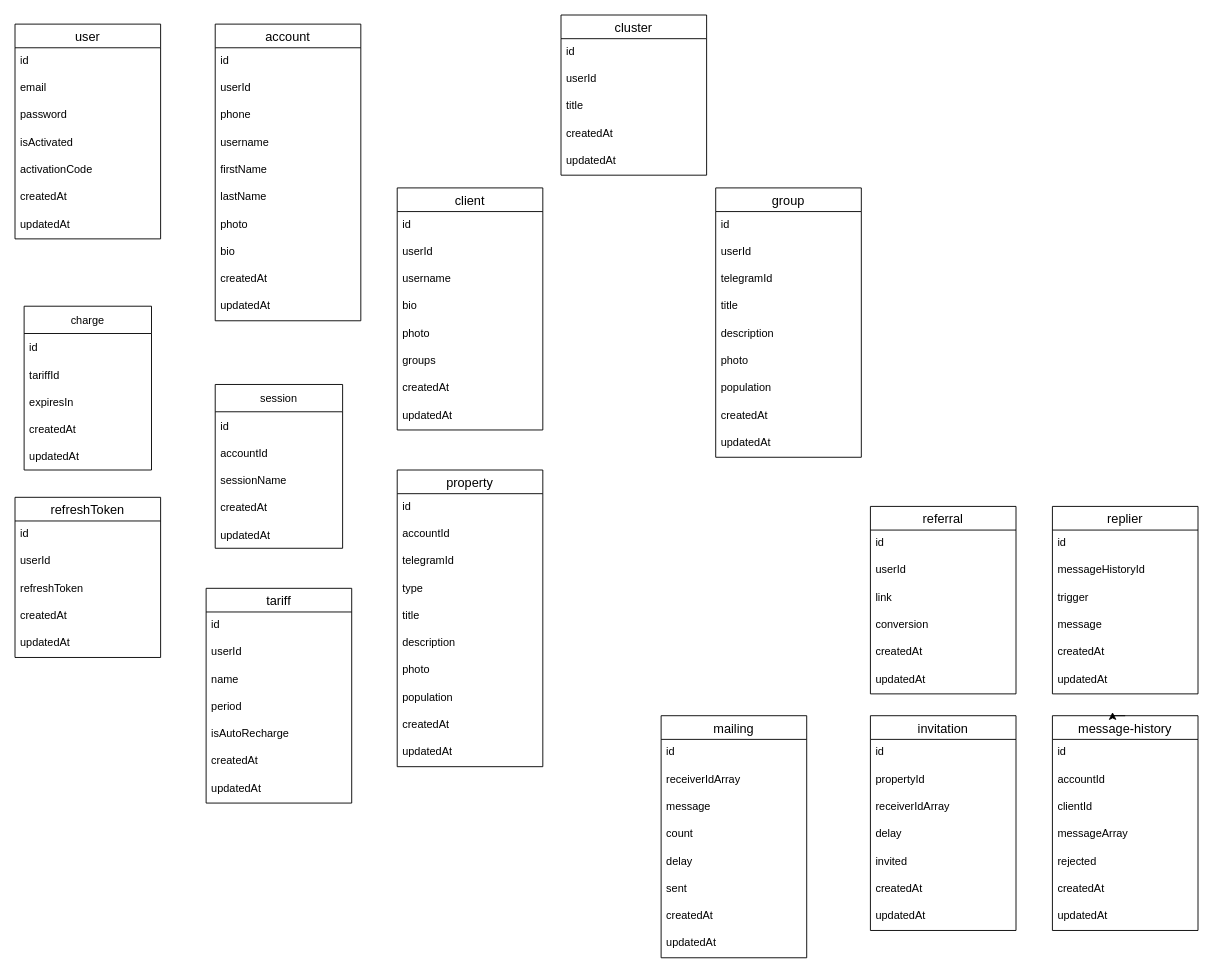
Nick-Fed-Al-dev/telepanel keeps this draw.io diagram as schema.drawio. Above is the earlier version. Source tidied: cells renumbered, new cells numbered last; positions are measured from the earlier drawing's top-left corner, leaving out a move shared by most shapes. Both pictures are drawn from the tidied source at 91%, with x=0, y=0 at pixel (15, 15).
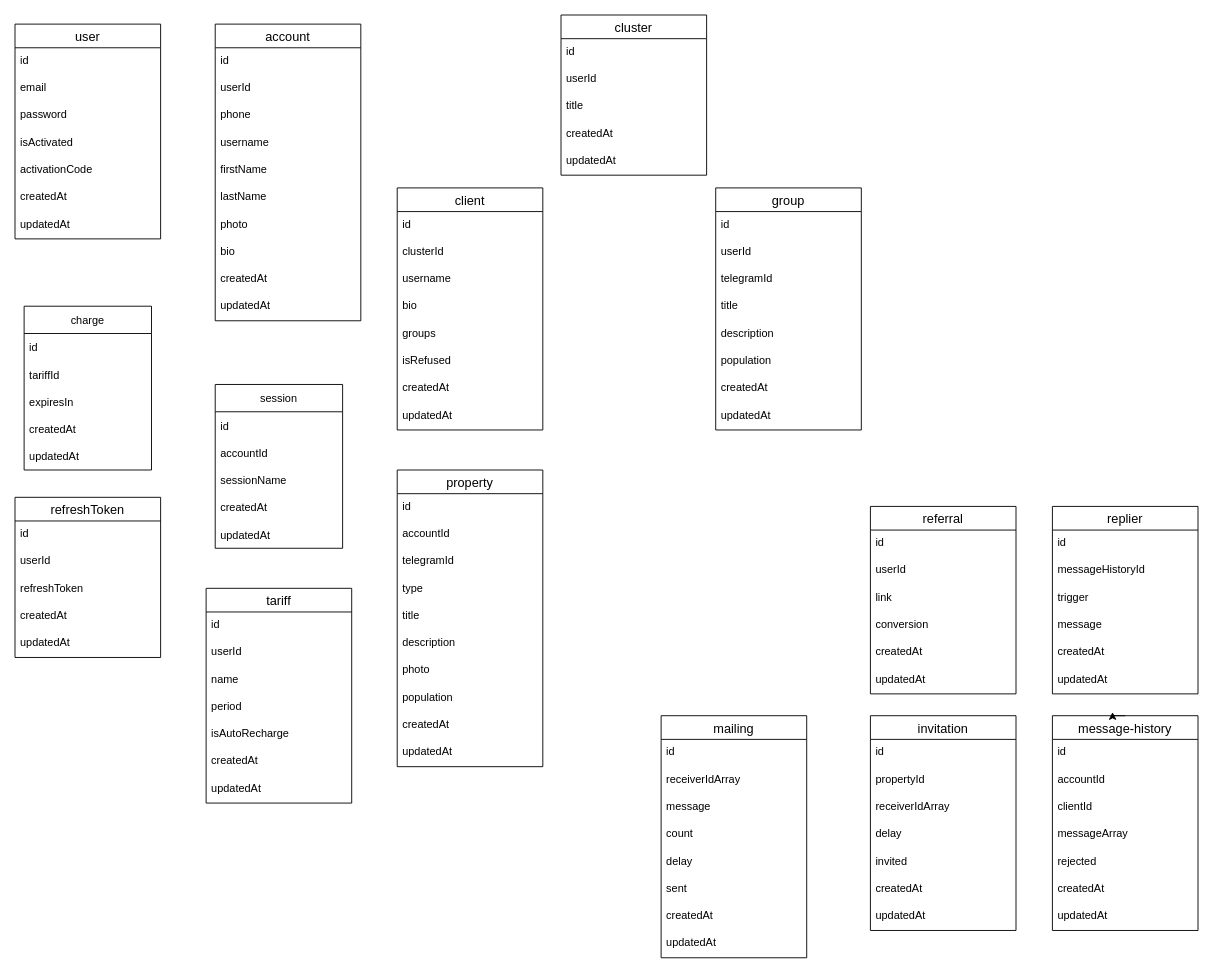
After the change.

The change refers to these unchanged cells:
```xml
<mxCell id="21" value="client" style="swimlane;fontStyle=0;horizontal=1;startSize=26;align=center;fontSize=14;" parent="1" vertex="1">
  <mxGeometry x="420" y="190" width="160" height="266" as="geometry" />
</mxCell>
```

Change to the diagram source:
```diff
@@
-    <mxCell id="23" value="userId" style="text;strokeColor=none;fillColor=none;spacingLeft=4;spacingRight=4;overflow=hidden;fontSize=12;" parent="21" vertex="1">
+    <mxCell id="23" value="clusterId" style="text;strokeColor=none;fillColor=none;spacingLeft=4;spacingRight=4;overflow=hidden;fontSize=12;" parent="21" vertex="1">
       <mxGeometry y="56" width="160" height="30" as="geometry" />
     </mxCell>
@@
-    <mxCell id="26" value="photo" style="text;strokeColor=none;fillColor=none;spacingLeft=4;spacingRight=4;overflow=hidden;fontSize=12;" parent="21" vertex="1">
-      <mxGeometry y="146" width="160" height="30" as="geometry" />
-    </mxCell>
     <mxCell id="27" value="groups" style="text;strokeColor=none;fillColor=none;spacingLeft=4;spacingRight=4;overflow=hidden;fontSize=12;" parent="21" vertex="1">
-      <mxGeometry y="176" width="160" height="30" as="geometry" />
+      <mxGeometry y="146" width="160" height="30" as="geometry" />
     </mxCell>
+    <mxCell id="123" value="isRefused" style="text;strokeColor=none;fillColor=none;spacingLeft=4;spacingRight=4;overflow=hidden;fontSize=12;" parent="21" vertex="1">
+      <mxGeometry y="176" width="160" height="30" as="geometry" />
+    </mxCell>
@@
     <mxCell id="48" value="group" style="swimlane;fontStyle=0;horizontal=1;startSize=26;align=center;fontSize=14;" parent="1" vertex="1">
-      <mxGeometry x="770" y="190" width="160" height="296" as="geometry" />
+      <mxGeometry x="770" y="190" width="160" height="266" as="geometry" />
     </mxCell>
@@
-    <mxCell id="54" value="photo" style="text;strokeColor=none;fillColor=none;spacingLeft=4;spacingRight=4;overflow=hidden;fontSize=12;" parent="48" vertex="1">
-      <mxGeometry y="176" width="160" height="30" as="geometry" />
-    </mxCell>
     <mxCell id="55" value="population" style="text;strokeColor=none;fillColor=none;spacingLeft=4;spacingRight=4;overflow=hidden;fontSize=12;" parent="48" vertex="1">
-      <mxGeometry y="206" width="160" height="30" as="geometry" />
+      <mxGeometry y="176" width="160" height="30" as="geometry" />
     </mxCell>
     <mxCell id="56" value="createdAt" style="text;strokeColor=none;fillColor=none;spacingLeft=4;spacingRight=4;overflow=hidden;fontSize=12;" parent="48" vertex="1">
-      <mxGeometry y="236" width="160" height="30" as="geometry" />
+      <mxGeometry y="206" width="160" height="30" as="geometry" />
     </mxCell>
     <mxCell id="57" value="updatedAt" style="text;strokeColor=none;fillColor=none;spacingLeft=4;spacingRight=4;overflow=hidden;fontSize=12;" parent="48" vertex="1">
-      <mxGeometry y="266" width="160" height="30" as="geometry" />
+      <mxGeometry y="236" width="160" height="30" as="geometry" />
     </mxCell>
```
